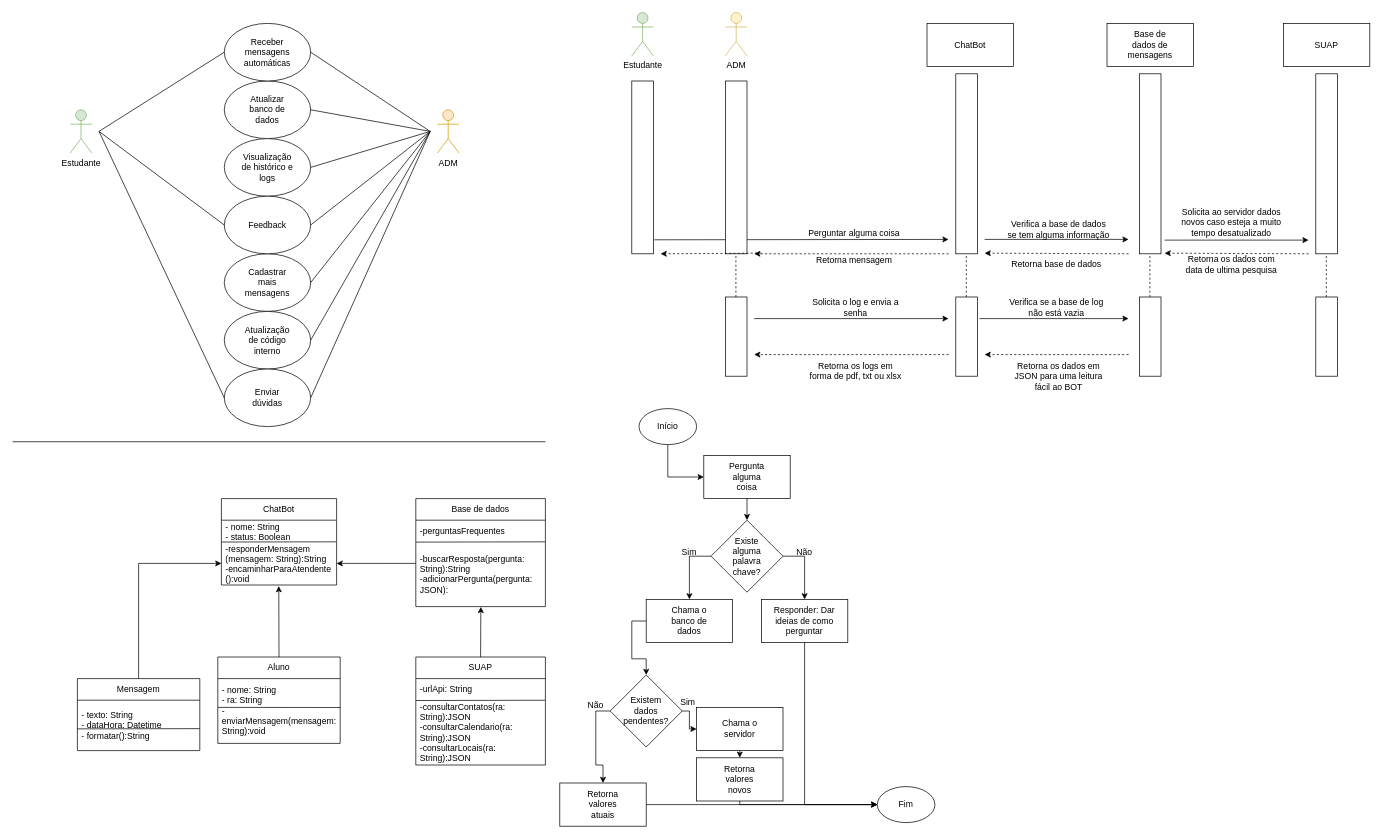
JESFTechnology/Chat-Bot-IFSULDEMINAS keeps this draw.io diagram as Diagrama sem nome.drawio. Above is the earlier version. Source tidied: cells renumbered, new cells numbered last; positions are measured from the earlier drawing's top-left corner, leaving out a move shared by most shapes. Both pictures are drawn from the tidied source at 72%, with x=0, y=0 at pixel (12, 12).
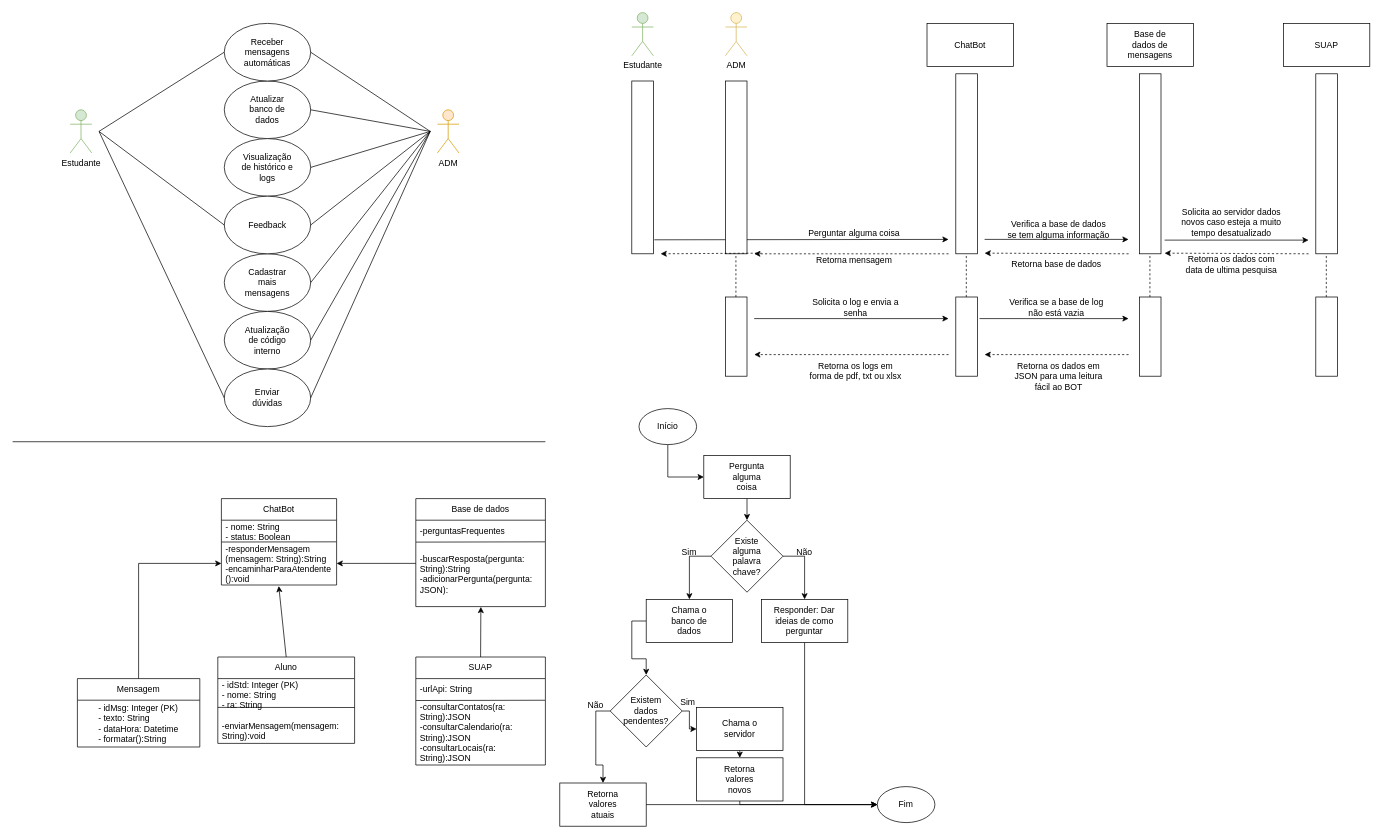
After the change.

What changed in the source:
```diff
@@
     <mxCell id="16" value="Aluno" style="swimlane;fontStyle=0;horizontal=1;startSize=30;whiteSpace=wrap;html=1;" parent="1" vertex="1">
-      <mxGeometry x="285" y="895" width="170" height="120" as="geometry" />
+      <mxGeometry x="285" y="895" width="190" height="120" as="geometry" />
     </mxCell>
@@
-    <mxCell id="18" value="- nome: String&lt;div&gt;- ra: String&lt;/div&gt;&lt;div&gt;-enviarMensagem(mensagem: String):void&lt;/div&gt;" style="text;strokeColor=none;fillColor=none;align=left;verticalAlign=middle;spacingLeft=4;spacingRight=4;overflow=hidden;points=[[0,0.5],[1,0.5]];portConstraint=eastwest;whiteSpace=wrap;html=1;" parent="16" vertex="1">
-      <mxGeometry y="30" width="170" height="90" as="geometry" />
+    <mxCell id="18" value="&lt;div&gt;- idStd: Integer (PK)&lt;/div&gt;- nome: String&lt;div&gt;- ra: String&lt;/div&gt;&lt;div&gt;&lt;br&gt;&lt;/div&gt;&lt;div&gt;-enviarMensagem(mensagem: String):void&lt;/div&gt;" style="text;strokeColor=none;fillColor=none;align=left;verticalAlign=middle;spacingLeft=4;spacingRight=4;overflow=hidden;points=[[0,0.5],[1,0.5]];portConstraint=eastwest;whiteSpace=wrap;html=1;" parent="16" vertex="1">
+      <mxGeometry y="30" width="190" height="90" as="geometry" />
     </mxCell>
@@
     <mxCell id="25" value="Mensagem" style="swimlane;fontStyle=0;horizontal=1;startSize=30;whiteSpace=wrap;html=1;" parent="1" vertex="1">
-      <mxGeometry x="90" y="925" width="170" height="100" as="geometry" />
+      <mxGeometry x="90" y="925" width="170" height="95" as="geometry" />
     </mxCell>
-    <mxCell id="26" style="endArrow=none;html=1;rounded=0;exitX=-0.003;exitY=0.569;exitDx=0;exitDy=0;exitPerimeter=0;entryX=0.999;entryY=0.564;entryDx=0;entryDy=0;entryPerimeter=0;" parent="25" edge="1" source="27" target="27">
-      <mxGeometry relative="1" as="geometry" />
-    </mxCell>
-    <mxCell id="27" value="- texto: String&lt;div&gt;- dataHora: Datetime&lt;/div&gt;&lt;div&gt;- formatar():String&lt;/div&gt;" style="text;strokeColor=none;fillColor=none;align=left;verticalAlign=middle;spacingLeft=4;spacingRight=4;overflow=hidden;points=[[0,0.5],[1,0.5]];portConstraint=eastwest;whiteSpace=wrap;html=1;" parent="25" vertex="1">
-      <mxGeometry y="30" width="170" height="70" as="geometry" />
-    </mxCell>
+    <mxCell id="143" value="&lt;div style=&quot;text-align: left;&quot;&gt;- idMsg: Integer (PK)&lt;/div&gt;&lt;div style=&quot;text-align: left;&quot;&gt;&lt;span style=&quot;background-color: transparent; color: light-dark(rgb(0, 0, 0), rgb(255, 255, 255));&quot;&gt;- texto: String&lt;/span&gt;&lt;/div&gt;&lt;div style=&quot;text-align: left;&quot;&gt;- dataHora: Datetime&lt;/div&gt;&lt;div style=&quot;text-align: left;&quot;&gt;- formatar():String&lt;/div&gt;" style="text;html=1;align=center;verticalAlign=middle;whiteSpace=wrap;rounded=0;" parent="25" vertex="1">
+      <mxGeometry y="30" width="170" height="65" as="geometry" />
+    </mxCell>
```
